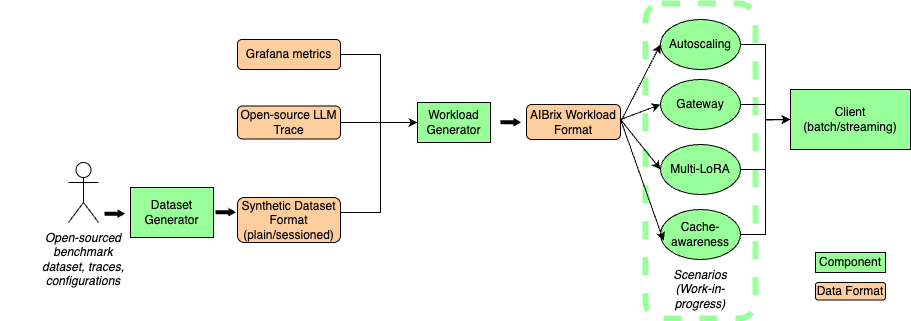
The draw.io diagram benchmarks/image/aibrix-benchmark-component.png in vllm-project/aibrix, before a commit. Source tidied: cells renumbered, new cells last; positions are measured from the earlier drawing's top-left corner, leaving out a move shared by most shapes.
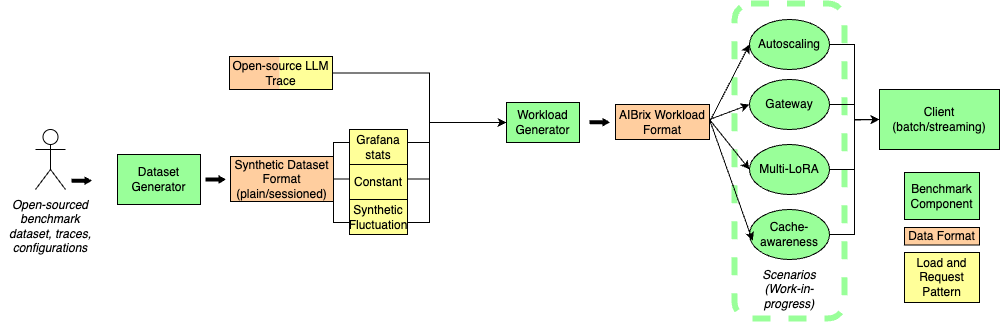
After the commit.

Diff of the diagram source:
```diff
@@ -2,44 +2,29 @@
   <root>
     <mxCell id="0" />
     <mxCell id="1" parent="0" />
+    <mxCell id="34" style="rounded=1;whiteSpace=wrap;html=1;fillColor=#FFFF99;arcSize=0;strokeColor=none;" parent="1" vertex="1">
+      <mxGeometry x="190" y="53" width="53" height="33" as="geometry" />
+    </mxCell>
+    <mxCell id="35" style="rounded=1;whiteSpace=wrap;html=1;fillColor=#FFCE9F;arcSize=0;strokeColor=none;" parent="1" vertex="1">
+      <mxGeometry x="140" y="53" width="50" height="33" as="geometry" />
+    </mxCell>
     <mxCell id="2" style="rounded=1;whiteSpace=wrap;html=1;fillColor=none;strokeColor=#99FF99;strokeWidth=6;dashed=1;" parent="1" vertex="1">
       <mxGeometry x="645" width="110" height="315" as="geometry" />
     </mxCell>
-    <mxCell id="3" style="edgeStyle=orthogonalEdgeStyle;rounded=0;jettySize=auto;html=1;exitX=1;exitY=0.5;exitDx=0;exitDy=0;" parent="1" edge="1" source="9" target="4">
-      <mxGeometry relative="1" as="geometry">
-        <Array as="points">
-          <mxPoint x="340" y="209" />
-          <mxPoint x="380" y="209" />
-          <mxPoint x="380" y="119" />
-        </Array>
-      </mxGeometry>
-    </mxCell>
     <mxCell id="4" value="Workload Generator" style="rounded=0;whiteSpace=wrap;html=1;fillColor=#99FF99;" parent="1" vertex="1">
       <mxGeometry x="417" y="99" width="73" height="40" as="geometry" />
     </mxCell>
-    <mxCell id="5" style="edgeStyle=orthogonalEdgeStyle;rounded=0;jettySize=auto;html=1;" parent="1" edge="1" source="6" target="4">
-      <mxGeometry relative="1" as="geometry" />
+    <mxCell id="5" style="edgeStyle=orthogonalEdgeStyle;rounded=0;jettySize=auto;html=1;entryX=0;entryY=0.5;entryDx=0;entryDy=0;" parent="1" edge="1" source="6" target="4">
+      <mxGeometry relative="1" as="geometry">
+        <Array as="points">
+          <mxPoint x="340" y="70" />
+          <mxPoint x="340" y="119" />
+        </Array>
+      </mxGeometry>
     </mxCell>
-    <mxCell id="6" value="Open-source LLM Trace" style="rounded=1;whiteSpace=wrap;html=1;fillColor=#FFCE9F;" parent="1" vertex="1">
-      <mxGeometry x="237" y="102.5" width="103" height="33" as="geometry" />
+    <mxCell id="6" value="Open-source LLM Trace" style="rounded=1;whiteSpace=wrap;html=1;fillColor=none;arcSize=0;" parent="1" vertex="1">
+      <mxGeometry x="140" y="53" width="103" height="33" as="geometry" />
     </mxCell>
-    <mxCell id="7" value="Grafana metrics" style="rounded=1;whiteSpace=wrap;html=1;fillColor=#FFCE9F;" parent="1" vertex="1">
-      <mxGeometry x="237" y="36" width="103" height="30" as="geometry" />
-    </mxCell>
-    <mxCell id="8" style="edgeStyle=orthogonalEdgeStyle;rounded=0;jettySize=auto;html=1;exitX=1;exitY=0.5;exitDx=0;exitDy=0;entryX=0;entryY=0.5;entryDx=0;entryDy=0;" parent="1" edge="1" source="7" target="4">
-      <mxGeometry relative="1" as="geometry">
-        <Array as="points">
-          <mxPoint x="380" y="51" />
-          <mxPoint x="380" y="119" />
-        </Array>
-      </mxGeometry>
-    </mxCell>
-    <mxCell id="9" value="&lt;span style=&quot;color: rgb(0, 0, 0); font-family: Helvetica; font-size: 12px; font-style: normal; font-variant-ligatures: normal; font-variant-caps: normal; font-weight: 400; letter-spacing: normal; orphans: 2; text-align: center; text-indent: 0px; text-transform: none; widows: 2; word-spacing: 0px; -webkit-text-stroke-width: 0px; white-space: normal; text-decoration-thickness: initial; text-decoration-style: initial; text-decoration-color: initial; float: none; display: inline !important;&quot;&gt;Synthetic Dataset Format (plain/sessioned)&lt;/span&gt;" style="rounded=1;whiteSpace=wrap;html=1;fillColor=#FFCE9F;" parent="1" vertex="1">
-      <mxGeometry x="237" y="194" width="103" height="45" as="geometry" />
-    </mxCell>
-    <mxCell id="10" value="Dataset Generator" style="rounded=0;whiteSpace=wrap;html=1;fillColor=#99FF99;" parent="1" vertex="1">
-      <mxGeometry x="130" y="184" width="83" height="50" as="geometry" />
-    </mxCell>
     <mxCell id="11" value="Client (batch/streaming)" style="rounded=0;whiteSpace=wrap;html=1;fillColor=#99FF99;" parent="1" vertex="1">
       <mxGeometry x="790" y="86" width="120" height="60" as="geometry" />
     </mxCell>
@@ -75,7 +60,7 @@
         </Array>
       </mxGeometry>
     </mxCell>
-    <mxCell id="20" value="AIBrix Workload Format" style="rounded=1;whiteSpace=wrap;html=1;fillColor=#FFCE9F;" parent="1" vertex="1">
+    <mxCell id="20" value="AIBrix Workload Format" style="rounded=1;whiteSpace=wrap;html=1;fillColor=#FFCE9F;arcSize=0;" parent="1" vertex="1">
       <mxGeometry x="526" y="101" width="94" height="35" as="geometry" />
     </mxCell>
     <mxCell id="21" style="endArrow=classic;html=1;rounded=0;entryX=0;entryY=0.5;entryDx=0;entryDy=0;exitX=1;exitY=0.5;exitDx=0;exitDy=0;" parent="1" edge="1" source="20" target="12">
@@ -96,41 +81,85 @@
         <mxPoint x="620" y="116" as="sourcePoint" />
       </mxGeometry>
     </mxCell>
-    <mxCell id="25" style="group;" parent="1" vertex="1">
-      <mxGeometry y="159" width="100" height="103" as="geometry" />
-    </mxCell>
-    <mxCell id="26" style="shape=umlActor;verticalLabelPosition=bottom;verticalAlign=top;html=1;" parent="25" vertex="1">
-      <mxGeometry x="68" width="30" height="60" as="geometry" />
-    </mxCell>
-    <mxCell id="27" value="Open-sourced benchmark dataset, traces, configurations" style="rounded=0;whiteSpace=wrap;strokeColor=none;fontStyle=2;" parent="25" vertex="1">
-      <mxGeometry x="33" y="90" width="100" height="13" as="geometry" />
-    </mxCell>
-    <mxCell id="28" style="shape=flexArrow;endArrow=classic;html=1;rounded=0;fillColor=#000000;endWidth=3.154432132963989;endSize=1.7065789473684212;width=3.0263157894736845;" parent="1" edge="1">
-      <mxGeometry relative="1" as="geometry">
-        <mxPoint x="215" y="208.7" as="sourcePoint" />
-        <mxPoint x="235" y="208.7" as="targetPoint" />
-      </mxGeometry>
-    </mxCell>
     <mxCell id="29" style="shape=flexArrow;endArrow=classic;html=1;rounded=0;fillColor=#000000;endWidth=3.154432132963989;endSize=1.7065789473684212;width=3.0263157894736845;" parent="1" edge="1">
       <mxGeometry relative="1" as="geometry">
         <mxPoint x="500" y="118.7" as="sourcePoint" />
         <mxPoint x="520" y="118.7" as="targetPoint" />
       </mxGeometry>
     </mxCell>
-    <mxCell id="30" style="shape=flexArrow;endArrow=classic;html=1;rounded=0;fillColor=#000000;endWidth=3.154432132963989;endSize=1.7065789473684212;width=3.0263157894736845;" parent="1" edge="1">
-      <mxGeometry relative="1" as="geometry">
-        <mxPoint x="104" y="210.2" as="sourcePoint" />
-        <mxPoint x="124" y="210.2" as="targetPoint" />
-      </mxGeometry>
-    </mxCell>
-    <mxCell id="31" value="Component" style="rounded=0;whiteSpace=wrap;html=1;fillColor=#99FF99;" parent="1" vertex="1">
-      <mxGeometry x="815" y="249" width="70" height="20" as="geometry" />
+    <mxCell id="31" value="Benchmark Component" style="rounded=0;whiteSpace=wrap;html=1;fillColor=#99FF99;" parent="1" vertex="1">
+      <mxGeometry x="815" y="169" width="75" height="47" as="geometry" />
     </mxCell>
-    <mxCell id="32" value="Data Format" style="rounded=1;whiteSpace=wrap;html=1;fillColor=#FFCE9F;" parent="1" vertex="1">
-      <mxGeometry x="815" y="279" width="70" height="17.5" as="geometry" />
+    <mxCell id="32" value="Data Format" style="rounded=1;whiteSpace=wrap;html=1;fillColor=#FFCE9F;arcSize=0;" parent="1" vertex="1">
+      <mxGeometry x="815" y="224" width="75" height="17.5" as="geometry" />
     </mxCell>
     <mxCell id="33" value="Scenarios (Work-in-progress)" style="rounded=0;whiteSpace=wrap;strokeColor=none;fontStyle=2;" parent="1" vertex="1">
       <mxGeometry x="660" y="279" width="80" height="13" as="geometry" />
     </mxCell>
+    <mxCell id="36" style="group;" parent="1" vertex="1">
+      <mxGeometry x="-89" y="126" width="333" height="103" as="geometry" />
+    </mxCell>
+    <mxCell id="9" value="&lt;span style=&quot;color: rgb(0, 0, 0); font-family: Helvetica; font-size: 12px; font-style: normal; font-variant-ligatures: normal; font-variant-caps: normal; font-weight: 400; letter-spacing: normal; orphans: 2; text-align: center; text-indent: 0px; text-transform: none; widows: 2; word-spacing: 0px; -webkit-text-stroke-width: 0px; white-space: normal; text-decoration-thickness: initial; text-decoration-style: initial; text-decoration-color: initial; float: none; display: inline !important;&quot;&gt;Synthetic Dataset Format (plain/sessioned)&lt;/span&gt;" style="rounded=1;whiteSpace=wrap;html=1;fillColor=#FFCE9F;arcSize=0;" parent="36" vertex="1">
+      <mxGeometry x="230" y="27" width="103" height="45" as="geometry" />
+    </mxCell>
+    <mxCell id="28" style="shape=flexArrow;endArrow=classic;html=1;rounded=0;fillColor=#000000;endWidth=3.154432132963989;endSize=1.7065789473684212;width=3.0263157894736845;" parent="36" edge="1">
+      <mxGeometry relative="1" as="geometry">
+        <mxPoint x="205" y="50" as="sourcePoint" />
+        <mxPoint x="225" y="50" as="targetPoint" />
+      </mxGeometry>
+    </mxCell>
+    <mxCell id="10" value="Dataset Generator" style="rounded=0;whiteSpace=wrap;html=1;fillColor=#99FF99;" parent="36" vertex="1">
+      <mxGeometry x="117" y="25" width="83" height="50" as="geometry" />
+    </mxCell>
+    <mxCell id="26" style="shape=umlActor;verticalLabelPosition=bottom;verticalAlign=top;html=1;" parent="36" vertex="1">
+      <mxGeometry x="35" width="30" height="60" as="geometry" />
+    </mxCell>
+    <mxCell id="27" value="Open-sourced benchmark dataset, traces, configurations" style="rounded=0;whiteSpace=wrap;strokeColor=none;fontStyle=2;" parent="36" vertex="1">
+      <mxGeometry y="90" width="100" height="13" as="geometry" />
+    </mxCell>
+    <mxCell id="30" style="shape=flexArrow;endArrow=classic;html=1;rounded=0;fillColor=#000000;endWidth=3.154432132963989;endSize=1.7065789473684212;width=3.0263157894736845;" parent="36" edge="1">
+      <mxGeometry relative="1" as="geometry">
+        <mxPoint x="71" y="51.2" as="sourcePoint" />
+        <mxPoint x="91" y="51.2" as="targetPoint" />
+      </mxGeometry>
+    </mxCell>
+    <mxCell id="37" style="edgeStyle=orthogonalEdgeStyle;rounded=0;jettySize=auto;html=1;entryX=0;entryY=0.5;entryDx=0;entryDy=0;exitX=1;exitY=0.5;exitDx=0;exitDy=0;" parent="1" edge="1" source="9" target="4">
+      <mxGeometry relative="1" as="geometry">
+        <Array as="points">
+          <mxPoint x="244" y="139" />
+          <mxPoint x="340" y="139" />
+          <mxPoint x="340" y="119" />
+        </Array>
+      </mxGeometry>
+    </mxCell>
+    <mxCell id="38" value="Grafana stats" style="rounded=1;whiteSpace=wrap;html=1;fillColor=#FFFF99;arcSize=0;" parent="1" vertex="1">
+      <mxGeometry x="260" y="126" width="58" height="35" as="geometry" />
+    </mxCell>
+    <mxCell id="39" style="edgeStyle=orthogonalEdgeStyle;rounded=0;jettySize=auto;html=1;entryX=0;entryY=0.5;entryDx=0;entryDy=0;exitX=1;exitY=0.5;exitDx=0;exitDy=0;" parent="1" edge="1" source="9" target="4">
+      <mxGeometry relative="1" as="geometry">
+        <Array as="points">
+          <mxPoint x="340" y="176" />
+          <mxPoint x="340" y="119" />
+        </Array>
+      </mxGeometry>
+    </mxCell>
+    <mxCell id="40" value="Constant" style="rounded=1;whiteSpace=wrap;html=1;fillColor=#FFFF99;arcSize=0;" parent="1" vertex="1">
+      <mxGeometry x="260" y="161" width="58" height="35" as="geometry" />
+    </mxCell>
+    <mxCell id="41" style="edgeStyle=orthogonalEdgeStyle;rounded=0;jettySize=auto;html=1;entryX=0;entryY=0.5;entryDx=0;entryDy=0;exitX=1;exitY=0.5;exitDx=0;exitDy=0;" parent="1" edge="1" source="9" target="4">
+      <mxGeometry relative="1" as="geometry">
+        <Array as="points">
+          <mxPoint x="244" y="219" />
+          <mxPoint x="340" y="219" />
+          <mxPoint x="340" y="119" />
+        </Array>
+      </mxGeometry>
+    </mxCell>
+    <mxCell id="42" value="Synthetic Fluctuation" style="rounded=1;whiteSpace=wrap;html=1;fillColor=#FFFF99;arcSize=0;" parent="1" vertex="1">
+      <mxGeometry x="260" y="196" width="58" height="35" as="geometry" />
+    </mxCell>
+    <mxCell id="43" value="Load and Request Pattern" style="rounded=1;whiteSpace=wrap;html=1;fillColor=#FFFF99;arcSize=0;" parent="1" vertex="1">
+      <mxGeometry x="815" y="249" width="75" height="50" as="geometry" />
+    </mxCell>
   </root>
 </mxGraphModel>
```
